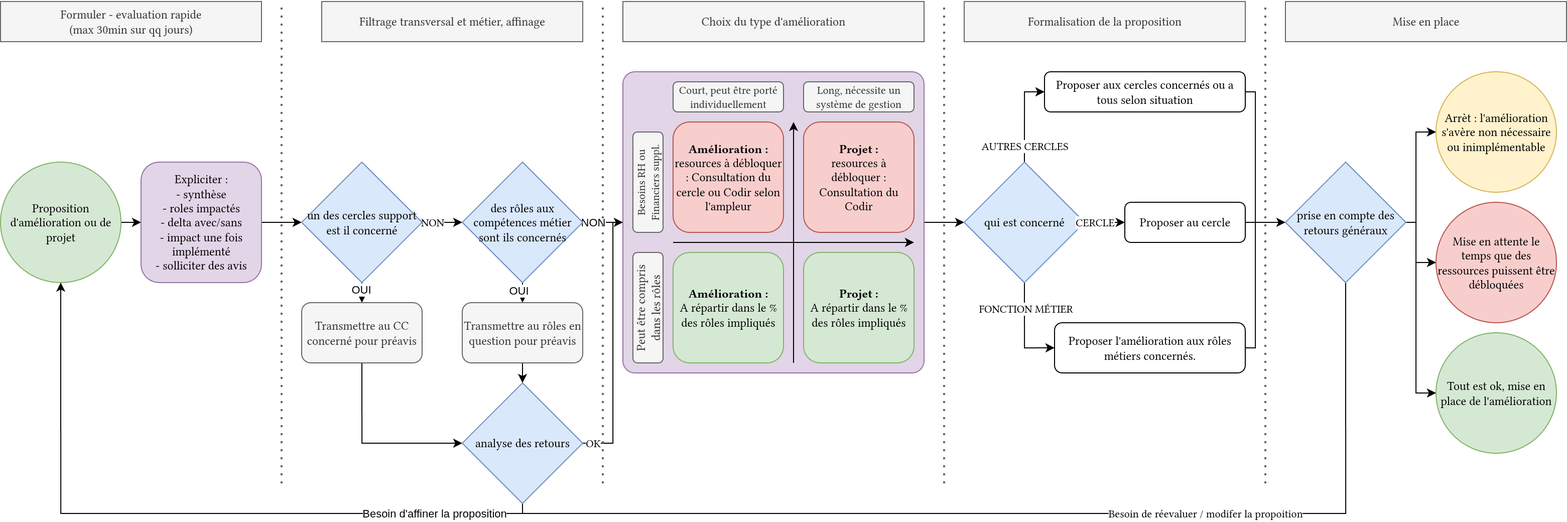
Earlier version of the draw.io export assets/M6 diagramme processus amelioration.png (fuzoh/bachelor-thesis). Source tidied: cells renumbered, new cells last; positions are measured from the earlier drawing's top-left corner, leaving out a move shared by most shapes.
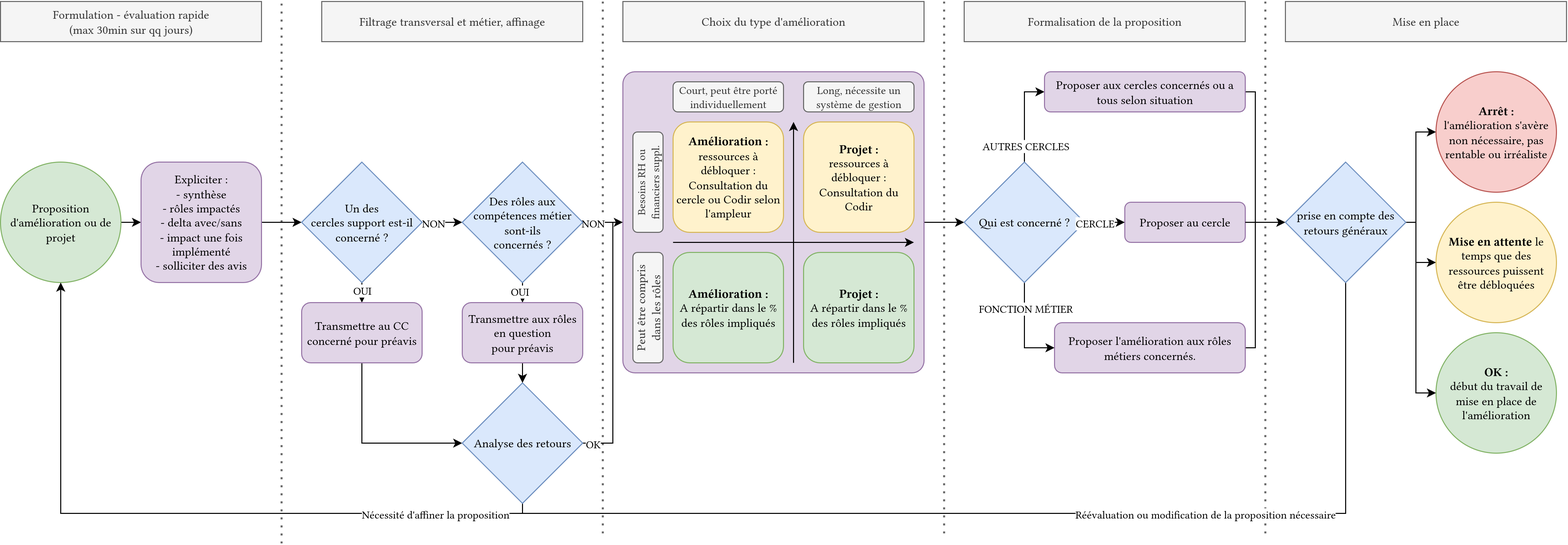
Above is the later version.

Diff of the diagram source:
```diff
@@ -4,2 +4,20 @@
     <mxCell id="1" parent="0" />
+    <mxCell id="57" style="endArrow=none;dashed=1;html=1;dashPattern=1 3;strokeWidth=2;rounded=0;fillColor=#f5f5f5;strokeColor=#666666;fontFamily=Libertinus Serif;" parent="1" edge="1">
+      <mxGeometry relative="1" as="geometry">
+        <mxPoint x="600" y="530" as="sourcePoint" />
+        <mxPoint x="600" as="targetPoint" />
+      </mxGeometry>
+    </mxCell>
+    <mxCell id="58" style="endArrow=none;dashed=1;html=1;dashPattern=1 3;strokeWidth=2;rounded=0;fillColor=#f5f5f5;strokeColor=#666666;fontFamily=Libertinus Serif;" parent="1" edge="1">
+      <mxGeometry relative="1" as="geometry">
+        <mxPoint x="940" y="530" as="sourcePoint" />
+        <mxPoint x="940" as="targetPoint" />
+      </mxGeometry>
+    </mxCell>
+    <mxCell id="62" style="endArrow=none;dashed=1;html=1;dashPattern=1 3;strokeWidth=2;rounded=0;fillColor=#f5f5f5;strokeColor=#666666;fontFamily=Libertinus Serif;" parent="1" edge="1">
+      <mxGeometry relative="1" as="geometry">
+        <mxPoint x="1260" y="530" as="sourcePoint" />
+        <mxPoint x="1260" as="targetPoint" />
+      </mxGeometry>
+    </mxCell>
     <mxCell id="2" style="edgeStyle=orthogonalEdgeStyle;rounded=0;jettySize=auto;html=1;exitX=0.5;exitY=1;exitDx=0;exitDy=0;entryX=0.5;entryY=1;entryDx=0;entryDy=0;fontFamily=Libertinus Serif;" parent="1" edge="1" source="66" target="6">
@@ -12,3 +30,3 @@
     </mxCell>
-    <mxCell id="3" value="Besoin de réevaluer / modifer la propoition" style="edgeLabel;html=1;align=center;verticalAlign=middle;fontFamily=Libertinus Serif;" parent="2" vertex="1">
+    <mxCell id="3" value="Réévaluation ou modification de la proposition nécessaire" style="edgeLabel;html=1;align=center;verticalAlign=middle;fontFamily=Libertinus Serif;" parent="2" vertex="1">
       <mxGeometry x="-0.67" relative="1" as="geometry">
@@ -19,3 +37,3 @@
       <mxGeometry relative="1" as="geometry">
-        <mxPoint x="280" y="480" as="sourcePoint" />
+        <mxPoint x="280" y="540" as="sourcePoint" />
         <mxPoint x="280" as="targetPoint" />
@@ -32,3 +50,3 @@
     </mxCell>
-    <mxCell id="8" value="Expliciter :&lt;br&gt;- synthèse&lt;div&gt;- roles impactés&lt;/div&gt;&lt;div&gt;- delta avec/sans&lt;/div&gt;&lt;div&gt;- impact une fois implémenté&lt;/div&gt;&lt;div&gt;- solliciter des avis&lt;/div&gt;" style="rounded=1;whiteSpace=wrap;html=1;fillColor=#e1d5e7;strokeColor=#9673a6;fontFamily=Libertinus Serif;" parent="1" vertex="1">
+    <mxCell id="8" value="&lt;div&gt;Expliciter :&lt;/div&gt;&lt;div&gt;- synthèse&lt;/div&gt;&lt;div&gt;- rôles impactés&lt;/div&gt;&lt;div&gt;- delta avec/sans&lt;/div&gt;&lt;div&gt;- impact une fois implémenté&lt;/div&gt;&lt;div&gt;- solliciter des avis&lt;/div&gt;" style="rounded=1;whiteSpace=wrap;html=1;fillColor=#e1d5e7;strokeColor=#9673a6;fontFamily=Libertinus Serif;" parent="1" vertex="1">
       <mxGeometry x="140" y="160" width="120" height="120" as="geometry" />
@@ -52,15 +70,15 @@
     </mxCell>
-    <mxCell id="14" value="OUI" style="edgeLabel;html=1;align=center;verticalAlign=middle;" parent="13" vertex="1">
+    <mxCell id="14" value="OUI" style="edgeLabel;html=1;align=center;verticalAlign=middle;fontFamily=Libertinus Serif;" parent="13" vertex="1">
       <mxGeometry x="-0.36" y="-1" relative="1" as="geometry" />
     </mxCell>
-    <mxCell id="15" value="un des cercles support est il concerné" style="rhombus;whiteSpace=wrap;html=1;fillColor=#dae8fc;strokeColor=#6c8ebf;fontFamily=Libertinus Serif;" parent="1" vertex="1">
+    <mxCell id="15" value="Un des&lt;br&gt;cercles support est-il concerné ?" style="rhombus;whiteSpace=wrap;html=1;fillColor=#dae8fc;strokeColor=#6c8ebf;fontFamily=Libertinus Serif;" parent="1" vertex="1">
       <mxGeometry x="300" y="160" width="120" height="120" as="geometry" />
     </mxCell>
-    <mxCell id="16" style="edgeStyle=orthogonalEdgeStyle;rounded=0;jettySize=auto;html=1;exitX=0.5;exitY=1;exitDx=0;exitDy=0;entryX=0;entryY=0.5;entryDx=0;entryDy=0;" parent="1" edge="1" source="17" target="24">
+    <mxCell id="16" style="edgeStyle=orthogonalEdgeStyle;rounded=0;jettySize=auto;html=1;exitX=0.5;exitY=1;exitDx=0;exitDy=0;entryX=0;entryY=0.5;entryDx=0;entryDy=0;fontFamily=Libertinus Serif;" parent="1" edge="1" source="17" target="24">
       <mxGeometry relative="1" as="geometry" />
     </mxCell>
-    <mxCell id="17" value="Transmettre au CC concerné pour préavis" style="rounded=1;whiteSpace=wrap;html=1;fontFamily=Libertinus Serif;fillColor=#f5f5f5;fontColor=#333333;strokeColor=#666666;" parent="1" vertex="1">
+    <mxCell id="17" value="Transmettre au CC concerné pour préavis" style="rounded=1;whiteSpace=wrap;html=1;fontFamily=Libertinus Serif;fillColor=#e1d5e7;strokeColor=#9673a6;" parent="1" vertex="1">
       <mxGeometry x="300" y="300" width="120" height="60" as="geometry" />
     </mxCell>
-    <mxCell id="18" value="Formuler - evaluation rapide&lt;div&gt;(max 30min sur qq jours)&lt;/div&gt;" style="rounded=0;whiteSpace=wrap;html=1;fillColor=#f5f5f5;fontColor=#333333;strokeColor=#666666;fontFamily=Libertinus Serif;" parent="1" vertex="1">
+    <mxCell id="18" value="&lt;div&gt;Formulation - évaluation rapide&lt;/div&gt;&lt;div&gt;(max 30min sur qq jours)&lt;/div&gt;" style="rounded=0;whiteSpace=wrap;html=1;fillColor=#f5f5f5;fontColor=#333333;strokeColor=#666666;fontFamily=Libertinus Serif;" parent="1" vertex="1">
       <mxGeometry width="260" height="40" as="geometry" />
@@ -84,3 +102,3 @@
     </mxCell>
-    <mxCell id="22" style="edgeStyle=orthogonalEdgeStyle;rounded=0;jettySize=auto;html=1;exitX=0.5;exitY=1;exitDx=0;exitDy=0;entryX=0.5;entryY=1;entryDx=0;entryDy=0;" parent="1" edge="1" source="24" target="6">
+    <mxCell id="22" style="edgeStyle=orthogonalEdgeStyle;rounded=0;jettySize=auto;html=1;exitX=0.5;exitY=1;exitDx=0;exitDy=0;entryX=0.5;entryY=1;entryDx=0;entryDy=0;fontFamily=Libertinus Serif;" parent="1" edge="1" source="24" target="6">
       <mxGeometry relative="1" as="geometry">
@@ -92,3 +110,3 @@
     </mxCell>
-    <mxCell id="23" value="Besoin d'affiner la proposition" style="edgeLabel;html=1;align=center;verticalAlign=middle;" parent="22" vertex="1">
+    <mxCell id="23" value="Nécessité d'affiner la proposition" style="edgeLabel;html=1;align=center;verticalAlign=middle;fontFamily=Libertinus Serif;" parent="22" vertex="1">
       <mxGeometry x="-0.79" y="-4" relative="1" as="geometry">
@@ -97,3 +115,3 @@
     </mxCell>
-    <mxCell id="24" value="analyse des retours" style="rhombus;whiteSpace=wrap;html=1;fillColor=#dae8fc;strokeColor=#6c8ebf;fontFamily=Libertinus Serif;" parent="1" vertex="1">
+    <mxCell id="24" value="Analyse des retours" style="rhombus;whiteSpace=wrap;html=1;fillColor=#dae8fc;strokeColor=#6c8ebf;fontFamily=Libertinus Serif;" parent="1" vertex="1">
       <mxGeometry x="460" y="380" width="120" height="120" as="geometry" />
@@ -121,3 +139,3 @@
     </mxCell>
-    <mxCell id="30" value="&lt;b&gt;Projet :&lt;/b&gt;&lt;br&gt;resources à&lt;div&gt;débloquer : Consultation du Codir&lt;/div&gt;" style="rounded=1;whiteSpace=wrap;html=1;fillColor=#f8cecc;strokeColor=#b85450;fontFamily=Libertinus Serif;" parent="1" vertex="1">
+    <mxCell id="30" value="&lt;b&gt;Projet :&lt;/b&gt;&lt;br&gt;ressources à&lt;div&gt;débloquer : Consultation du Codir&lt;/div&gt;" style="rounded=1;whiteSpace=wrap;html=1;fillColor=#fff2cc;strokeColor=#d6b656;fontFamily=Libertinus Serif;" parent="1" vertex="1">
       <mxGeometry x="800" y="120" width="110" height="110" as="geometry" />
@@ -130,3 +148,3 @@
     </mxCell>
-    <mxCell id="33" value="Besoins RH ou Financiers suppl." style="rounded=1;whiteSpace=wrap;html=1;rotation=-90;fontSize=11;fillColor=#f5f5f5;fontColor=#333333;strokeColor=#666666;fontFamily=Libertinus Serif;" parent="1" vertex="1">
+    <mxCell id="33" value="Besoins RH ou financiers suppl." style="rounded=1;whiteSpace=wrap;html=1;rotation=-90;fontSize=11;fillColor=#f5f5f5;fontColor=#333333;strokeColor=#666666;fontFamily=Libertinus Serif;" parent="1" vertex="1">
       <mxGeometry x="595" y="165" width="100" height="30" as="geometry" />
@@ -136,3 +154,3 @@
     </mxCell>
-    <mxCell id="35" value="&lt;b&gt;Amélioration :&lt;/b&gt;&lt;br&gt;resources à débloquer : Consultation du cercle ou Codir selon l'ampleur" style="rounded=1;whiteSpace=wrap;html=1;fillColor=#f8cecc;strokeColor=#b85450;fontFamily=Libertinus Serif;" parent="1" vertex="1">
+    <mxCell id="35" value="&lt;div&gt;&lt;b&gt;Amélioration :&lt;/b&gt;&lt;/div&gt;&lt;div&gt;ressources à&lt;/div&gt;&lt;div&gt;débloquer : Consultation du cercle ou Codir selon l'ampleur&lt;/div&gt;" style="rounded=1;whiteSpace=wrap;html=1;fillColor=#fff2cc;strokeColor=#d6b656;fontFamily=Libertinus Serif;" parent="1" vertex="1">
       <mxGeometry x="670" y="120" width="110" height="110" as="geometry" />
@@ -142,3 +160,3 @@
     </mxCell>
-    <mxCell id="37" value="Proposer au cercle" style="rounded=1;whiteSpace=wrap;html=1;fontFamily=Libertinus Serif;" parent="1" vertex="1">
+    <mxCell id="37" value="Proposer au cercle" style="rounded=1;whiteSpace=wrap;html=1;fontFamily=Libertinus Serif;fillColor=#e1d5e7;strokeColor=#9673a6;" parent="1" vertex="1">
       <mxGeometry x="1120" y="200" width="120" height="40" as="geometry" />
@@ -154,3 +172,3 @@
     </mxCell>
-    <mxCell id="39" value="Proposer l'amélioration aux rôles métiers concernés." style="rounded=1;whiteSpace=wrap;html=1;fontFamily=Libertinus Serif;" parent="1" vertex="1">
+    <mxCell id="39" value="Proposer l'amélioration aux rôles métiers concernés." style="rounded=1;whiteSpace=wrap;html=1;fontFamily=Libertinus Serif;fillColor=#e1d5e7;strokeColor=#9673a6;" parent="1" vertex="1">
       <mxGeometry x="1050" y="320" width="190" height="50" as="geometry" />
@@ -173,3 +191,3 @@
     </mxCell>
-    <mxCell id="44" value="qui est concerné" style="rhombus;whiteSpace=wrap;html=1;fillColor=#dae8fc;strokeColor=#6c8ebf;fontFamily=Libertinus Serif;" parent="1" vertex="1">
+    <mxCell id="44" value="Qui est concerné ?" style="rhombus;whiteSpace=wrap;html=1;fillColor=#dae8fc;strokeColor=#6c8ebf;fontFamily=Libertinus Serif;" parent="1" vertex="1">
       <mxGeometry x="960" y="160" width="120" height="120" as="geometry" />
@@ -185,21 +203,21 @@
     </mxCell>
-    <mxCell id="46" value="Proposer aux cercles concernés ou a tous selon situation" style="rounded=1;whiteSpace=wrap;html=1;fontFamily=Libertinus Serif;" parent="1" vertex="1">
+    <mxCell id="46" value="Proposer aux cercles concernés ou a tous selon situation" style="rounded=1;whiteSpace=wrap;html=1;fontFamily=Libertinus Serif;fillColor=#e1d5e7;strokeColor=#9673a6;" parent="1" vertex="1">
       <mxGeometry x="1040" y="70" width="200" height="40" as="geometry" />
     </mxCell>
-    <mxCell id="47" value="Mise en attente le temps que des ressources puissent être débloquées" style="ellipse;whiteSpace=wrap;html=1;fillColor=#f8cecc;strokeColor=#b85450;fontFamily=Libertinus Serif;" parent="1" vertex="1">
+    <mxCell id="47" value="&lt;b&gt;Mise en attente&lt;/b&gt; le temps que des ressources puissent&lt;div&gt;être débloquées&lt;/div&gt;" style="ellipse;whiteSpace=wrap;html=1;fillColor=#fff2cc;strokeColor=#d6b656;fontFamily=Libertinus Serif;" parent="1" vertex="1">
       <mxGeometry x="1430" y="200" width="120" height="120" as="geometry" />
     </mxCell>
-    <mxCell id="48" value="Tout est ok, mise en place de l'amélioration" style="ellipse;whiteSpace=wrap;html=1;fillColor=#d5e8d4;strokeColor=#82b366;fontFamily=Libertinus Serif;" parent="1" vertex="1">
+    <mxCell id="48" value="&lt;b&gt;OK :&lt;/b&gt;&lt;div&gt;début du travail de&lt;/div&gt;&lt;div&gt;mise en place de l'amélioration&lt;/div&gt;" style="ellipse;whiteSpace=wrap;html=1;fillColor=#d5e8d4;strokeColor=#82b366;fontFamily=Libertinus Serif;" parent="1" vertex="1">
       <mxGeometry x="1430" y="330" width="120" height="120" as="geometry" />
     </mxCell>
-    <mxCell id="49" value="Arrèt : l'amélioration s'avère non nécessaire ou inimplémentable" style="ellipse;whiteSpace=wrap;html=1;fillColor=#fff2cc;strokeColor=#d6b656;fontFamily=Libertinus Serif;" parent="1" vertex="1">
+    <mxCell id="49" value="&lt;div&gt;&lt;b&gt;Arrêt :&lt;/b&gt;&lt;/div&gt;&lt;div&gt;l'amélioration s'avère non nécessaire, pas rentable ou irréaliste&lt;/div&gt;" style="ellipse;whiteSpace=wrap;html=1;fillColor=#f8cecc;strokeColor=#b85450;fontFamily=Libertinus Serif;" parent="1" vertex="1">
       <mxGeometry x="1430" y="70" width="120" height="120" as="geometry" />
     </mxCell>
-    <mxCell id="50" style="edgeStyle=orthogonalEdgeStyle;rounded=0;jettySize=auto;html=1;exitX=0.5;exitY=1;exitDx=0;exitDy=0;entryX=0.5;entryY=0;entryDx=0;entryDy=0;" parent="1" edge="1" source="54" target="56">
+    <mxCell id="50" style="edgeStyle=orthogonalEdgeStyle;rounded=0;jettySize=auto;html=1;exitX=0.5;exitY=1;exitDx=0;exitDy=0;entryX=0.5;entryY=0;entryDx=0;entryDy=0;fontFamily=Libertinus Serif;" parent="1" edge="1" source="54" target="56">
       <mxGeometry relative="1" as="geometry" />
     </mxCell>
-    <mxCell id="51" value="OUI" style="edgeLabel;html=1;align=center;verticalAlign=middle;" parent="50" vertex="1">
+    <mxCell id="51" value="OUI" style="edgeLabel;html=1;align=center;verticalAlign=middle;fontFamily=Libertinus Serif;" parent="50" vertex="1">
       <mxGeometry x="-0.24" y="-4" relative="1" as="geometry" />
     </mxCell>
-    <mxCell id="52" style="edgeStyle=orthogonalEdgeStyle;rounded=0;jettySize=auto;html=1;exitX=1;exitY=0.5;exitDx=0;exitDy=0;entryX=0;entryY=0.5;entryDx=0;entryDy=0;" parent="1" edge="1" source="54">
+    <mxCell id="52" style="edgeStyle=orthogonalEdgeStyle;rounded=0;jettySize=auto;html=1;exitX=1;exitY=0.5;exitDx=0;exitDy=0;entryX=0;entryY=0.5;entryDx=0;entryDy=0;fontFamily=Libertinus Serif;" parent="1" edge="1" source="54">
       <mxGeometry relative="1" as="geometry">
@@ -208,3 +226,3 @@
     </mxCell>
-    <mxCell id="53" value="NON" style="edgeLabel;html=1;align=center;verticalAlign=middle;" parent="52" vertex="1">
+    <mxCell id="53" value="NON" style="edgeLabel;html=1;align=center;verticalAlign=middle;fontFamily=Libertinus Serif;" parent="52" vertex="1">
       <mxGeometry x="-0.56" y="3" relative="1" as="geometry">
@@ -213,23 +231,11 @@
     </mxCell>
-    <mxCell id="54" value="des rôles aux compétences métier sont ils concernés" style="rhombus;whiteSpace=wrap;html=1;fillColor=#dae8fc;strokeColor=#6c8ebf;fontFamily=Libertinus Serif;" parent="1" vertex="1">
+    <mxCell id="54" value="Des rôles aux compétences métier sont-ils&lt;div&gt;concernés ?&lt;/div&gt;" style="rhombus;whiteSpace=wrap;html=1;fillColor=#dae8fc;strokeColor=#6c8ebf;fontFamily=Libertinus Serif;" parent="1" vertex="1">
       <mxGeometry x="460" y="160" width="120" height="120" as="geometry" />
     </mxCell>
-    <mxCell id="55" style="edgeStyle=orthogonalEdgeStyle;rounded=0;jettySize=auto;html=1;exitX=0.5;exitY=1;exitDx=0;exitDy=0;entryX=0.5;entryY=0;entryDx=0;entryDy=0;" parent="1" edge="1" source="56" target="24">
+    <mxCell id="55" style="edgeStyle=orthogonalEdgeStyle;rounded=0;jettySize=auto;html=1;exitX=0.5;exitY=1;exitDx=0;exitDy=0;entryX=0.5;entryY=0;entryDx=0;entryDy=0;fontFamily=Libertinus Serif;" parent="1" edge="1" source="56" target="24">
       <mxGeometry relative="1" as="geometry" />
     </mxCell>
-    <mxCell id="56" value="Transmettre au rôles en question pour préavis" style="rounded=1;whiteSpace=wrap;html=1;fontFamily=Libertinus Serif;fillColor=#f5f5f5;fontColor=#333333;strokeColor=#666666;" parent="1" vertex="1">
+    <mxCell id="56" value="Transmettre aux rôles en question&lt;div&gt;pour préavis&lt;/div&gt;" style="rounded=1;whiteSpace=wrap;html=1;fontFamily=Libertinus Serif;fillColor=#e1d5e7;strokeColor=#9673a6;" parent="1" vertex="1">
       <mxGeometry x="460" y="300" width="120" height="60" as="geometry" />
     </mxCell>
-    <mxCell id="57" style="endArrow=none;dashed=1;html=1;dashPattern=1 3;strokeWidth=2;rounded=0;fillColor=#f5f5f5;strokeColor=#666666;fontFamily=Libertinus Serif;" parent="1" edge="1">
-      <mxGeometry relative="1" as="geometry">
-        <mxPoint x="600" y="480" as="sourcePoint" />
-        <mxPoint x="600" as="targetPoint" />
-      </mxGeometry>
-    </mxCell>
-    <mxCell id="58" style="endArrow=none;dashed=1;html=1;dashPattern=1 3;strokeWidth=2;rounded=0;fillColor=#f5f5f5;strokeColor=#666666;fontFamily=Libertinus Serif;" parent="1" edge="1">
-      <mxGeometry relative="1" as="geometry">
-        <mxPoint x="940" y="480" as="sourcePoint" />
-        <mxPoint x="940" as="targetPoint" />
-      </mxGeometry>
-    </mxCell>
     <mxCell id="59" style="edgeStyle=orthogonalEdgeStyle;rounded=0;jettySize=auto;html=1;exitX=1;exitY=0.5;exitDx=0;exitDy=0;entryX=0;entryY=0.5;entryDx=0;entryDy=0;fontFamily=Libertinus Serif;" parent="1" edge="1" source="44" target="37">
@@ -245,9 +251,3 @@
     </mxCell>
-    <mxCell id="62" style="endArrow=none;dashed=1;html=1;dashPattern=1 3;strokeWidth=2;rounded=0;fillColor=#f5f5f5;strokeColor=#666666;fontFamily=Libertinus Serif;" parent="1" edge="1">
-      <mxGeometry relative="1" as="geometry">
-        <mxPoint x="1260" y="480" as="sourcePoint" />
-        <mxPoint x="1260" as="targetPoint" />
-      </mxGeometry>
-    </mxCell>
-    <mxCell id="63" style="edgeStyle=orthogonalEdgeStyle;rounded=0;jettySize=auto;html=1;exitX=1;exitY=0.5;exitDx=0;exitDy=0;entryX=0;entryY=0.5;entryDx=0;entryDy=0;" parent="1" edge="1" source="66" target="47">
+    <mxCell id="63" style="edgeStyle=orthogonalEdgeStyle;rounded=0;jettySize=auto;html=1;exitX=1;exitY=0.5;exitDx=0;exitDy=0;entryX=0;entryY=0.5;entryDx=0;entryDy=0;fontFamily=Libertinus Serif;" parent="1" edge="1" source="66" target="47">
       <mxGeometry relative="1" as="geometry">
@@ -259,3 +259,3 @@
     </mxCell>
-    <mxCell id="64" style="edgeStyle=orthogonalEdgeStyle;rounded=0;jettySize=auto;html=1;exitX=1;exitY=0.5;exitDx=0;exitDy=0;entryX=0;entryY=0.5;entryDx=0;entryDy=0;" parent="1" edge="1" source="66" target="48">
+    <mxCell id="64" style="edgeStyle=orthogonalEdgeStyle;rounded=0;jettySize=auto;html=1;exitX=1;exitY=0.5;exitDx=0;exitDy=0;entryX=0;entryY=0.5;entryDx=0;entryDy=0;fontFamily=Libertinus Serif;" parent="1" edge="1" source="66" target="48">
       <mxGeometry relative="1" as="geometry">
@@ -267,3 +267,3 @@
     </mxCell>
-    <mxCell id="65" style="edgeStyle=orthogonalEdgeStyle;rounded=0;jettySize=auto;html=1;exitX=1;exitY=0.5;exitDx=0;exitDy=0;entryX=0;entryY=0.5;entryDx=0;entryDy=0;" parent="1" edge="1" source="66" target="49">
+    <mxCell id="65" style="edgeStyle=orthogonalEdgeStyle;rounded=0;jettySize=auto;html=1;exitX=1;exitY=0.5;exitDx=0;exitDy=0;entryX=0;entryY=0.5;entryDx=0;entryDy=0;fontFamily=Libertinus Serif;" parent="1" edge="1" source="66" target="49">
       <mxGeometry relative="1" as="geometry">
```
